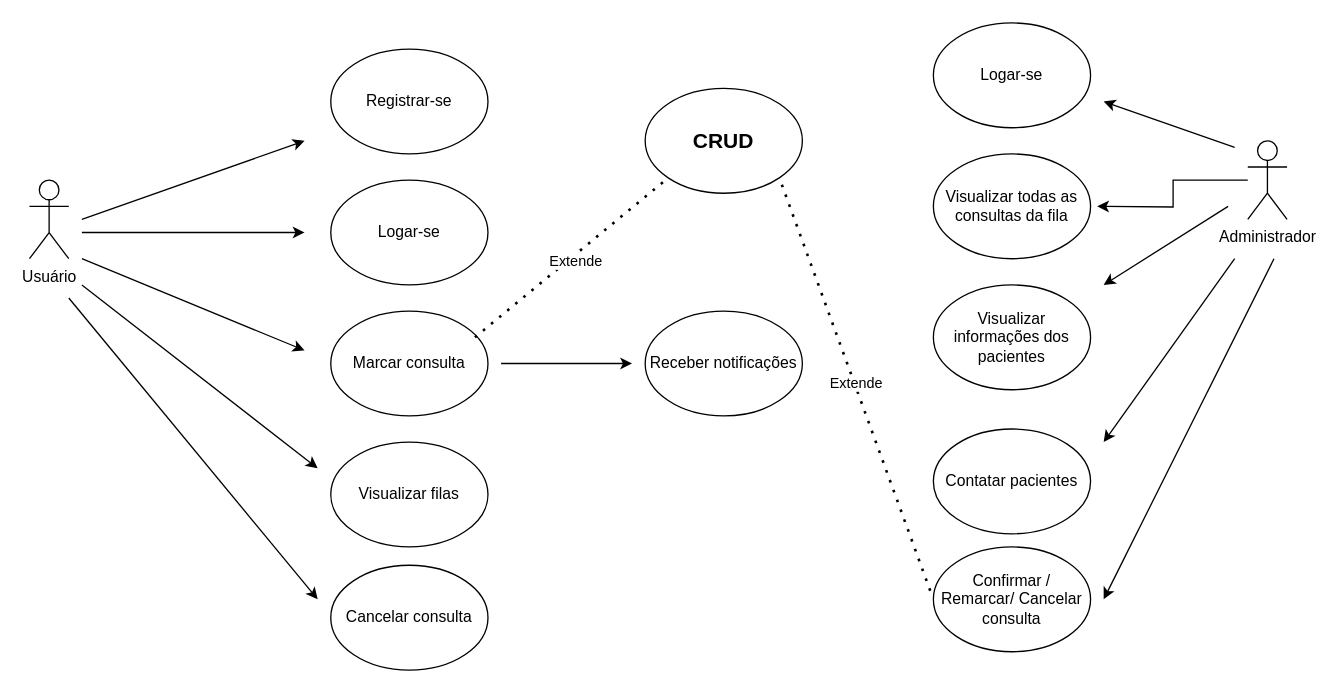
Above: DiagramaDeCasoDeUso.drawio in Scoorpioon/FastHealth (draw.io), before the change. Source tidied: cells renumbered, new cells numbered last; positions are measured from the earlier drawing's top-left corner, leaving out a move shared by most shapes. Both pictures are drawn from the tidied source at 131%, with x=0, y=0 at pixel (29, 22).
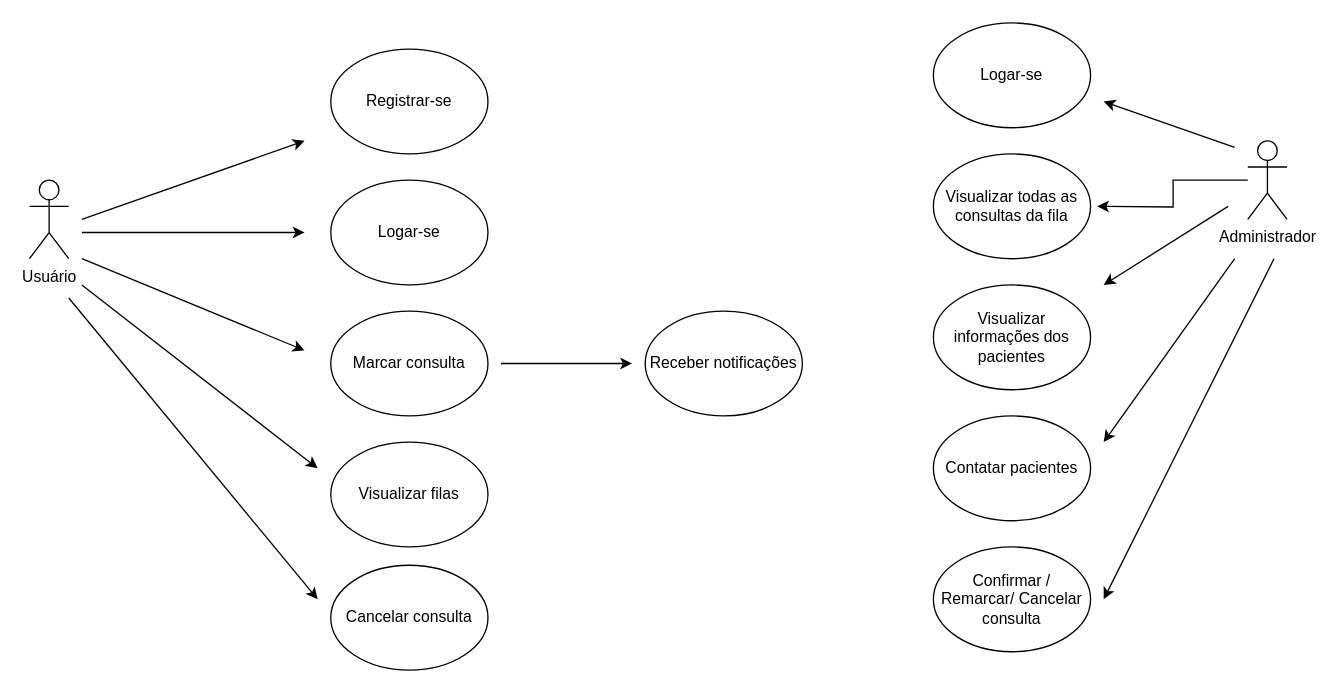
The same diagram, later.

Commit message:
Atualização caso de uso

Unchanged cells that the change refers to:
```xml
<mxCell id="7" value="Marcar consulta" style="ellipse;whiteSpace=wrap;html=1;" parent="1" vertex="1">
  <mxGeometry x="230" y="220" width="120" height="80" as="geometry" />
</mxCell>
<mxCell id="27" value="Confirmar / Remarcar/ Cancelar consulta" style="ellipse;whiteSpace=wrap;html=1;" parent="1" vertex="1">
  <mxGeometry x="690" y="400" width="120" height="80" as="geometry" />
</mxCell>
```

The edit, as a diff of the source:
```diff
@@
     <mxCell id="23" value="Contatar pacientes" style="ellipse;whiteSpace=wrap;html=1;" parent="1" vertex="1">
-      <mxGeometry x="690" y="310" width="120" height="80" as="geometry" />
+      <mxGeometry x="690" y="300" width="120" height="80" as="geometry" />
     </mxCell>
-    <mxCell id="24" value="&lt;b&gt;&lt;font style=&quot;font-size: 16px;&quot;&gt;CRUD&lt;/font&gt;&lt;/b&gt;" style="ellipse;whiteSpace=wrap;html=1;" parent="1" vertex="1">
-      <mxGeometry x="470" y="50" width="120" height="80" as="geometry" />
-    </mxCell>
-    <mxCell id="25" style="endArrow=none;dashed=1;html=1;dashPattern=1 3;strokeWidth=2;rounded=0;entryX=0;entryY=1;entryDx=0;entryDy=0;exitX=0.917;exitY=0.25;exitDx=0;exitDy=0;exitPerimeter=0;" parent="1" edge="1" source="7" target="24">
-      <mxGeometry relative="1" as="geometry" />
-    </mxCell>
-    <mxCell id="26" value="Extende" style="edgeLabel;html=1;align=center;verticalAlign=middle;" parent="25" vertex="1">
-      <mxGeometry y="-4" relative="1" as="geometry" />
-    </mxCell>
@@
-    <mxCell id="29" style="endArrow=none;dashed=1;html=1;dashPattern=1 3;strokeWidth=2;rounded=0;exitX=-0.02;exitY=0.418;exitDx=0;exitDy=0;exitPerimeter=0;entryX=1;entryY=1;entryDx=0;entryDy=0;" parent="1" edge="1" source="27" target="24">
-      <mxGeometry relative="1" as="geometry" />
-    </mxCell>
-    <mxCell id="30" value="Extende" style="edgeLabel;html=1;align=center;verticalAlign=middle;" parent="29" vertex="1">
-      <mxGeometry x="0.01" y="-1" relative="1" as="geometry" />
-    </mxCell>
```
